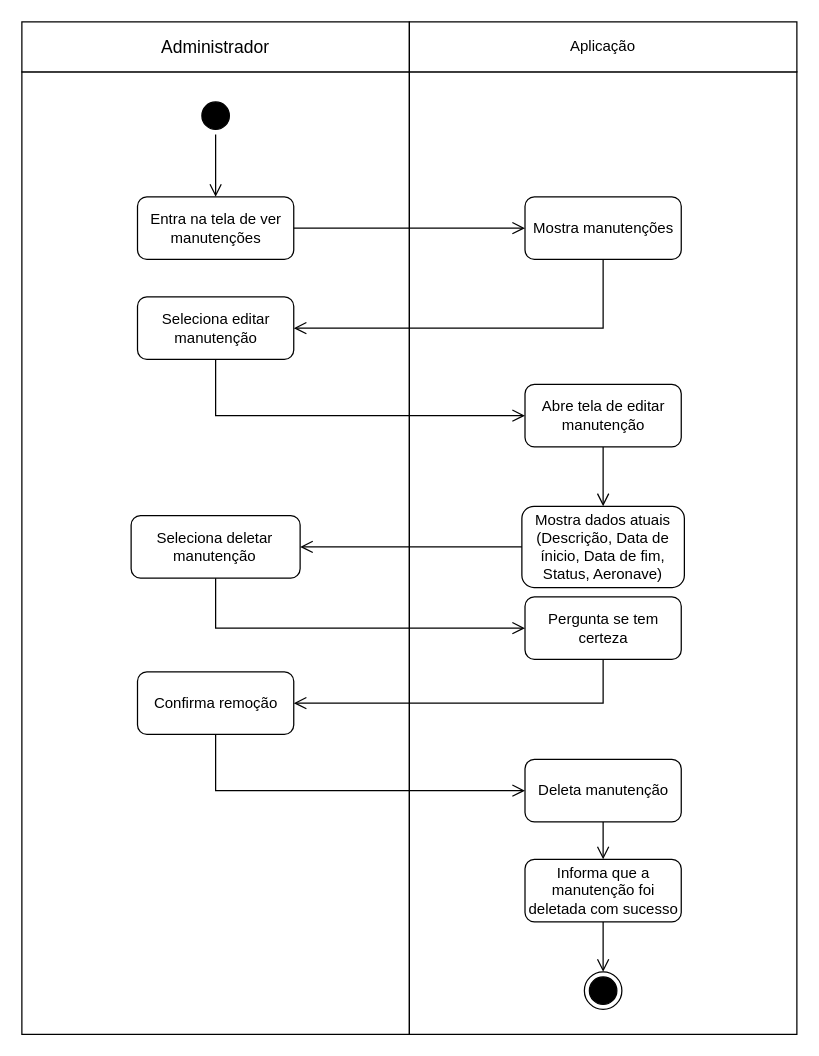
The draw.io diagram Diagramas/Eng_de_Software/Modelos/Atividade/Delete_Manutencao.drawio in GabrielGMori/trabalho-conclus-o-ano, before the edit. Source tidied: cells renumbered, new cells numbered last; positions are measured from the earlier drawing's top-left corner, leaving out a move shared by most shapes. Both pictures are drawn from the tidied source at 125%, with x=0, y=0 at pixel (21, 21).
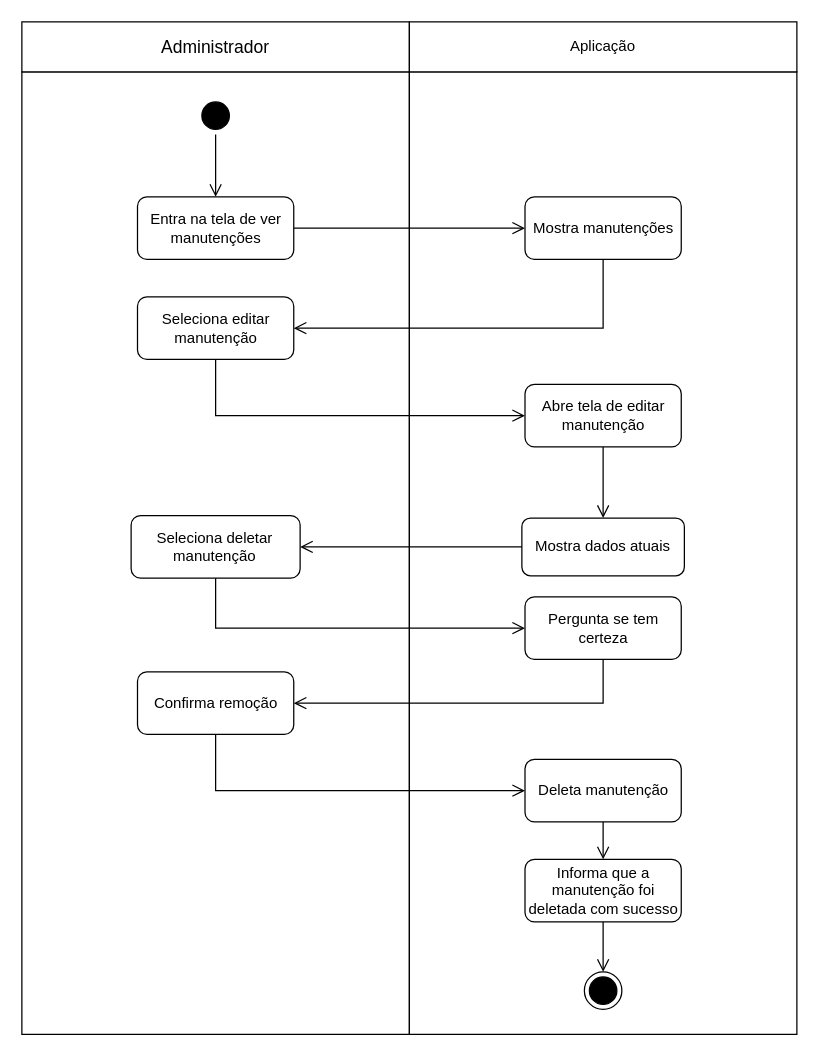
The same page after the edit.

What changed in the source:
```diff
@@
-    <mxCell id="9" value="Mostra dados atuais (Descrição, Data de ínicio, Data de fim, Status, Aeronave)" style="rounded=1;whiteSpace=wrap;html=1;" parent="1" vertex="1">
-      <mxGeometry x="400" y="387.5" width="130" height="65" as="geometry" />
+    <mxCell id="9" value="Mostra dados atuais" style="rounded=1;whiteSpace=wrap;html=1;" parent="1" vertex="1">
+      <mxGeometry x="400" y="396.9" width="130" height="46.2" as="geometry" />
     </mxCell>
```
